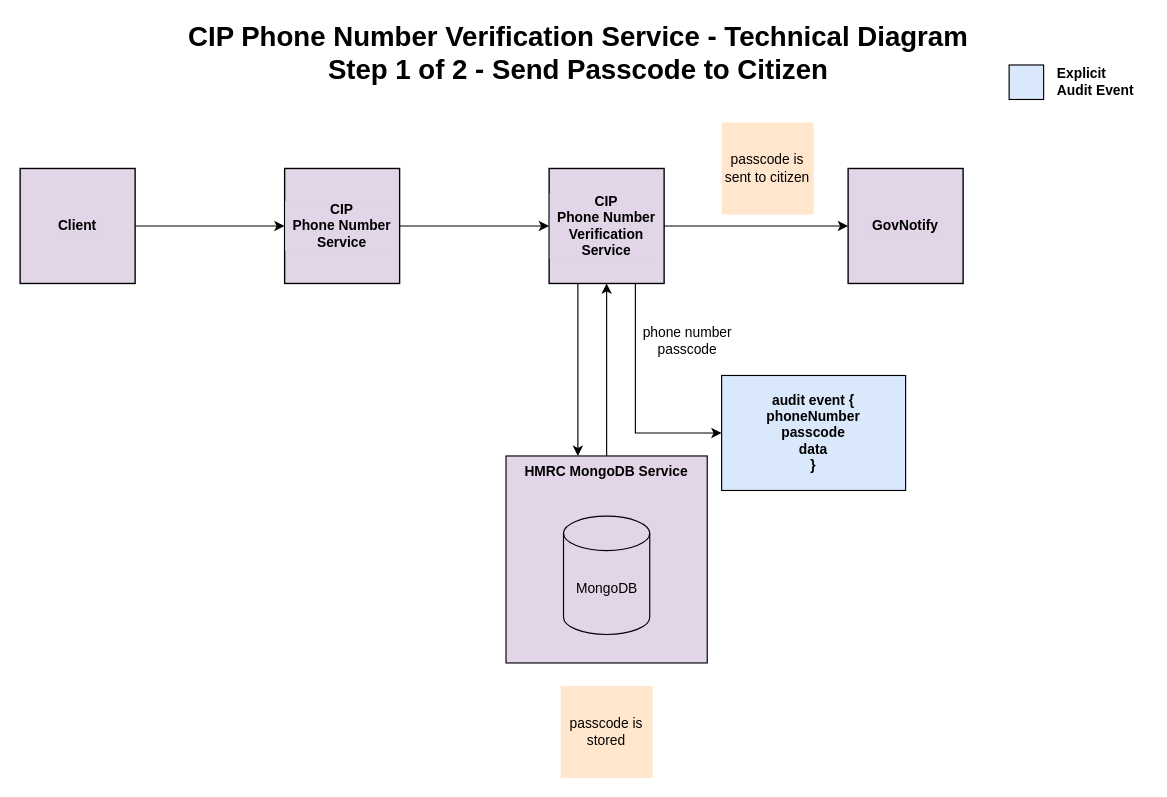
The draw.io diagram diagrams/phone_number_audit_verification.drawio in hmrc/phone-number, before the edit. Source tidied: cells renumbered, new cells numbered last; positions are measured from the earlier drawing's top-left corner, leaving out a move shared by most shapes. Both pictures are drawn from the tidied source at 115%, with x=0, y=0 at pixel (20, 30).
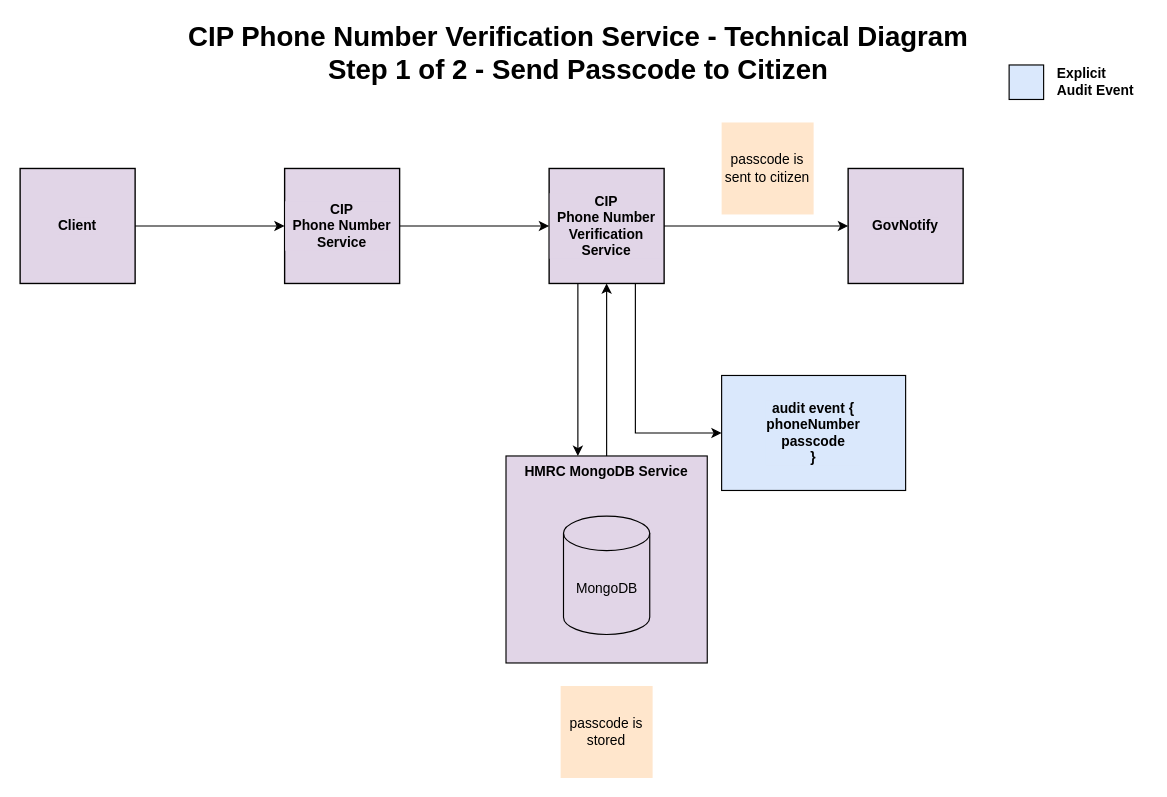
After the change.

Commit message (it also covers changes not shown here):
Updated audit diagrams

Diff of the diagram source:
```diff
@@
-    <mxCell id="9" value="phone number&lt;br&gt;passcode" style="text;html=1;align=center;verticalAlign=middle;strokeColor=none;fillColor=none;" parent="1" vertex="1">
-      <mxGeometry x="535" y="255" width="90" height="30" as="geometry" />
-    </mxCell>
-    <mxCell id="10" value="&lt;span style=&quot;&quot;&gt;audit event {&lt;/span&gt;&lt;br style=&quot;&quot;&gt;&lt;span style=&quot;&quot;&gt;&#9;&lt;/span&gt;&lt;span style=&quot;&quot;&gt;phoneNumber&lt;/span&gt;&lt;br style=&quot;&quot;&gt;&lt;span style=&quot;&quot;&gt;passcode&lt;/span&gt;&lt;br style=&quot;&quot;&gt;&lt;span style=&quot;&quot;&gt;data&lt;/span&gt;&lt;br style=&quot;&quot;&gt;&lt;span style=&quot;&quot;&gt;}&lt;/span&gt;" style="rounded=0;whiteSpace=wrap;html=1;labelBackgroundColor=#DAE8FC;strokeColor=#000000;fillColor=#DAE8FC;fontStyle=1;" parent="1" vertex="1">
+    <mxCell id="10" value="&lt;span style=&quot;&quot;&gt;audit event {&lt;/span&gt;&lt;br style=&quot;&quot;&gt;&lt;span style=&quot;&quot;&gt;&#9;&lt;/span&gt;&lt;span style=&quot;&quot;&gt;phoneNumber&lt;/span&gt;&lt;br style=&quot;&quot;&gt;&lt;span style=&quot;&quot;&gt;passcode&lt;/span&gt;&lt;br style=&quot;&quot;&gt;&lt;span style=&quot;&quot;&gt;}&lt;/span&gt;" style="rounded=0;whiteSpace=wrap;html=1;labelBackgroundColor=#DAE8FC;strokeColor=#000000;fillColor=#DAE8FC;fontStyle=1;" parent="1" vertex="1">
       <mxGeometry x="610" y="300" width="160" height="100" as="geometry" />
     </mxCell>
```
